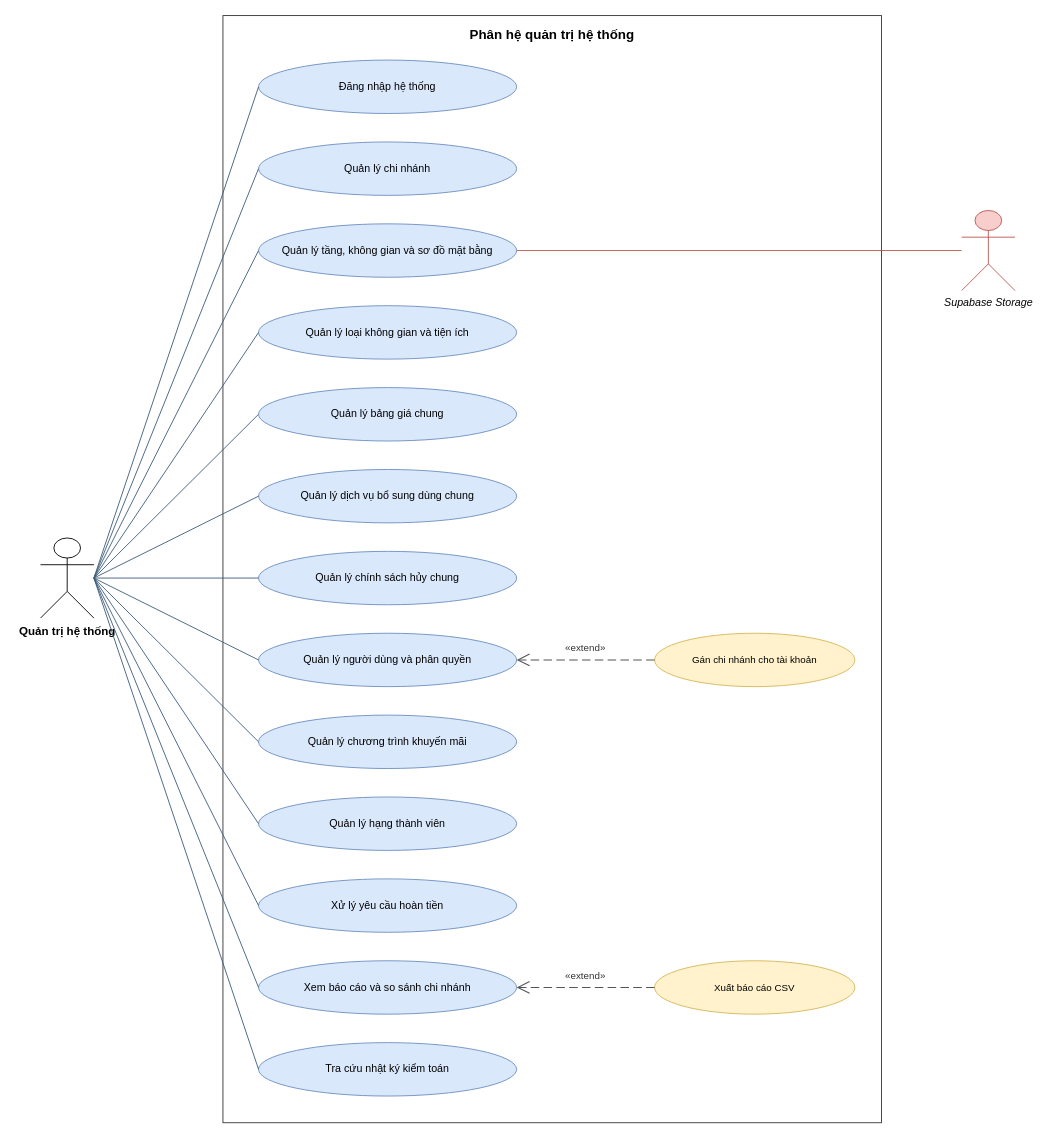
The draw.io diagram page "Phân hệ quản trị hệ thống" (5 of 5) of report/Images/Chuong5/cospace-usecase.drawio in cospace-team/DATN_CoSpace, before the edit. Source tidied: cells renumbered, new cells numbered last; positions are measured from the earlier drawing's top-left corner, leaving out a move shared by most shapes. Both pictures are drawn from the tidied source at 89%, with x=0, y=0 at pixel (40, 15).
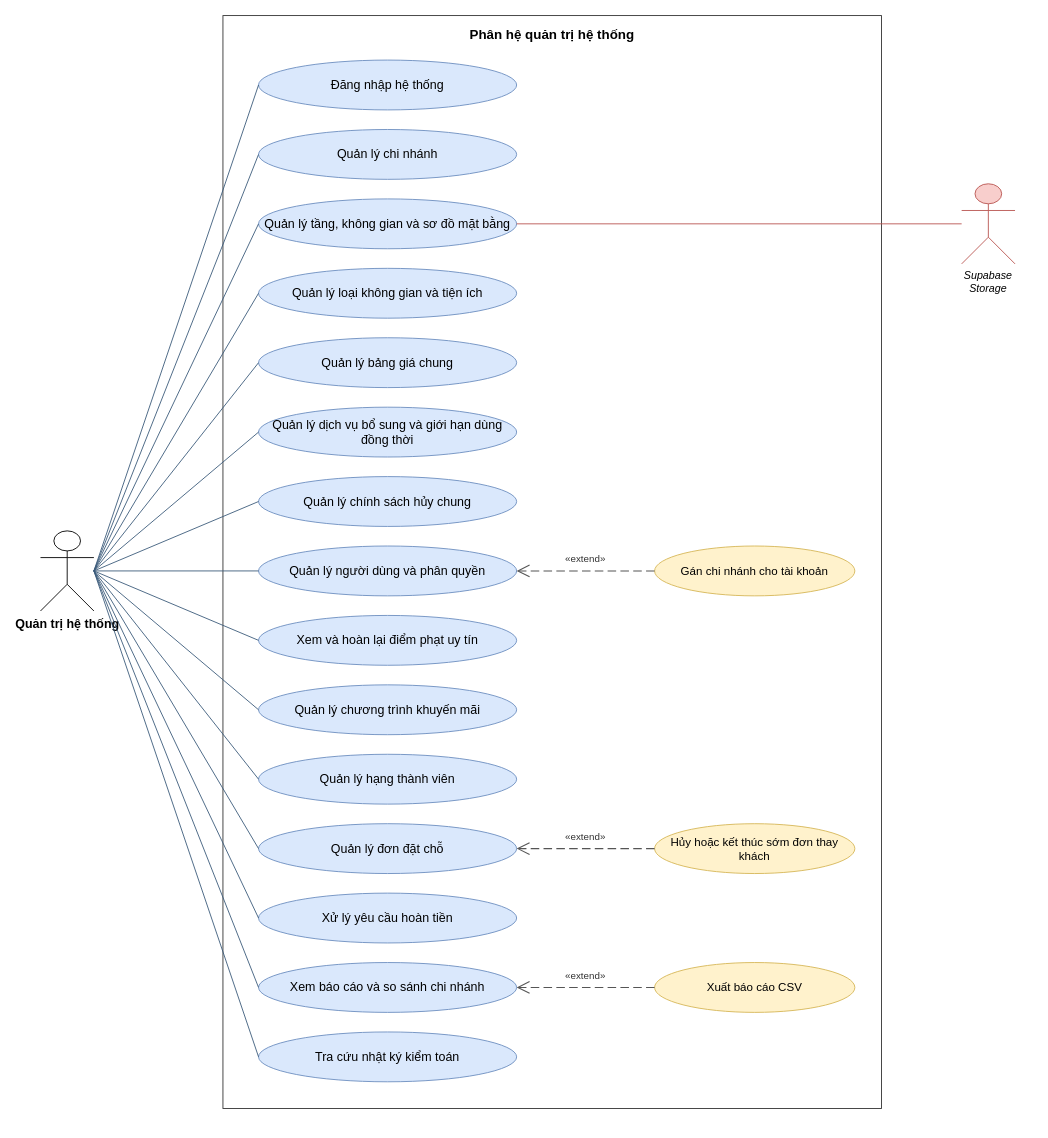
Above is the later version.

What changed in the source:
```diff
@@
     <mxCell id="2" value="Phân hệ quản trị hệ thống" style="rounded=0;whiteSpace=wrap;html=1;verticalAlign=top;fillColor=none;strokeColor=#333333;fontSize=15;fontStyle=1;spacingTop=6;" parent="1" vertex="1">
-      <mxGeometry x="205" width="740" height="1244" as="geometry" />
+      <mxGeometry x="205" width="740" height="1228" as="geometry" />
     </mxCell>
-    <mxCell id="3" value="Đăng nhập hệ thống" style="ellipse;whiteSpace=wrap;html=1;fontSize=12;fillColor=#dae8fc;strokeColor=#6c8ebf;" parent="1" vertex="1">
-      <mxGeometry x="245" y="50" width="290" height="60" as="geometry" />
+    <mxCell id="3" value="Đăng nhập hệ thống" style="ellipse;whiteSpace=wrap;html=1;fontSize=14;fillColor=#dae8fc;strokeColor=#6c8ebf;" parent="1" vertex="1">
+      <mxGeometry x="245" y="50" width="290" height="56" as="geometry" />
     </mxCell>
-    <mxCell id="4" value="Quản lý chi nhánh" style="ellipse;whiteSpace=wrap;html=1;fontSize=12;fillColor=#dae8fc;strokeColor=#6c8ebf;" parent="1" vertex="1">
-      <mxGeometry x="245" y="142" width="290" height="60" as="geometry" />
+    <mxCell id="4" value="Quản lý chi nhánh" style="ellipse;whiteSpace=wrap;html=1;fontSize=14;fillColor=#dae8fc;strokeColor=#6c8ebf;" parent="1" vertex="1">
+      <mxGeometry x="245" y="128" width="290" height="56" as="geometry" />
     </mxCell>
-    <mxCell id="5" value="Quản lý tầng, không gian và sơ đồ mặt bằng" style="ellipse;whiteSpace=wrap;html=1;fontSize=12;fillColor=#dae8fc;strokeColor=#6c8ebf;" parent="1" vertex="1">
-      <mxGeometry x="245" y="234" width="290" height="60" as="geometry" />
+    <mxCell id="5" value="Quản lý tầng, không gian và sơ đồ mặt bằng" style="ellipse;whiteSpace=wrap;html=1;fontSize=14;fillColor=#dae8fc;strokeColor=#6c8ebf;" parent="1" vertex="1">
+      <mxGeometry x="245" y="206" width="290" height="56" as="geometry" />
     </mxCell>
-    <mxCell id="6" value="Quản lý loại không gian và tiện ích" style="ellipse;whiteSpace=wrap;html=1;fontSize=12;fillColor=#dae8fc;strokeColor=#6c8ebf;" parent="1" vertex="1">
-      <mxGeometry x="245" y="326" width="290" height="60" as="geometry" />
+    <mxCell id="6" value="Quản lý loại không gian và tiện ích" style="ellipse;whiteSpace=wrap;html=1;fontSize=14;fillColor=#dae8fc;strokeColor=#6c8ebf;" parent="1" vertex="1">
+      <mxGeometry x="245" y="284" width="290" height="56" as="geometry" />
     </mxCell>
-    <mxCell id="7" value="Quản lý bảng giá chung" style="ellipse;whiteSpace=wrap;html=1;fontSize=12;fillColor=#dae8fc;strokeColor=#6c8ebf;" parent="1" vertex="1">
-      <mxGeometry x="245" y="418" width="290" height="60" as="geometry" />
+    <mxCell id="7" value="Quản lý bảng giá chung" style="ellipse;whiteSpace=wrap;html=1;fontSize=14;fillColor=#dae8fc;strokeColor=#6c8ebf;" parent="1" vertex="1">
+      <mxGeometry x="245" y="362" width="290" height="56" as="geometry" />
     </mxCell>
-    <mxCell id="8" value="Quản lý dịch vụ bổ sung dùng chung" style="ellipse;whiteSpace=wrap;html=1;fontSize=12;fillColor=#dae8fc;strokeColor=#6c8ebf;" parent="1" vertex="1">
-      <mxGeometry x="245" y="510" width="290" height="60" as="geometry" />
+    <mxCell id="8" value="Quản lý dịch vụ bổ sung và giới hạn dùng đồng thời" style="ellipse;whiteSpace=wrap;html=1;fontSize=14;fillColor=#dae8fc;strokeColor=#6c8ebf;" parent="1" vertex="1">
+      <mxGeometry x="245" y="440" width="290" height="56" as="geometry" />
     </mxCell>
-    <mxCell id="9" value="Quản lý chính sách hủy chung" style="ellipse;whiteSpace=wrap;html=1;fontSize=12;fillColor=#dae8fc;strokeColor=#6c8ebf;" parent="1" vertex="1">
-      <mxGeometry x="245" y="602" width="290" height="60" as="geometry" />
+    <mxCell id="9" value="Quản lý chính sách hủy chung" style="ellipse;whiteSpace=wrap;html=1;fontSize=14;fillColor=#dae8fc;strokeColor=#6c8ebf;" parent="1" vertex="1">
+      <mxGeometry x="245" y="518" width="290" height="56" as="geometry" />
     </mxCell>
-    <mxCell id="10" value="Quản lý người dùng và phân quyền" style="ellipse;whiteSpace=wrap;html=1;fontSize=12;fillColor=#dae8fc;strokeColor=#6c8ebf;" parent="1" vertex="1">
-      <mxGeometry x="245" y="694" width="290" height="60" as="geometry" />
+    <mxCell id="10" value="Quản lý người dùng và phân quyền" style="ellipse;whiteSpace=wrap;html=1;fontSize=14;fillColor=#dae8fc;strokeColor=#6c8ebf;" parent="1" vertex="1">
+      <mxGeometry x="245" y="596" width="290" height="56" as="geometry" />
     </mxCell>
-    <mxCell id="11" value="Gán chi nhánh cho tài khoản" style="ellipse;whiteSpace=wrap;html=1;fontSize=11;fillColor=#fff2cc;strokeColor=#d6b656;" parent="1" vertex="1">
-      <mxGeometry x="690" y="694" width="225" height="60" as="geometry" />
+    <mxCell id="11" value="Gán chi nhánh cho tài khoản" style="ellipse;whiteSpace=wrap;html=1;fontSize=13;fillColor=#fff2cc;strokeColor=#d6b656;" parent="1" vertex="1">
+      <mxGeometry x="690" y="596" width="225" height="56" as="geometry" />
     </mxCell>
-    <mxCell id="12" value="Quản lý chương trình khuyến mãi" style="ellipse;whiteSpace=wrap;html=1;fontSize=12;fillColor=#dae8fc;strokeColor=#6c8ebf;" parent="1" vertex="1">
-      <mxGeometry x="245" y="786" width="290" height="60" as="geometry" />
+    <mxCell id="12" value="Xem và hoàn lại điểm phạt uy tín" style="ellipse;whiteSpace=wrap;html=1;fontSize=14;fillColor=#dae8fc;strokeColor=#6c8ebf;" parent="1" vertex="1">
+      <mxGeometry x="245" y="674" width="290" height="56" as="geometry" />
     </mxCell>
-    <mxCell id="13" value="Quản lý hạng thành viên" style="ellipse;whiteSpace=wrap;html=1;fontSize=12;fillColor=#dae8fc;strokeColor=#6c8ebf;" parent="1" vertex="1">
-      <mxGeometry x="245" y="878" width="290" height="60" as="geometry" />
+    <mxCell id="13" value="Quản lý chương trình khuyến mãi" style="ellipse;whiteSpace=wrap;html=1;fontSize=14;fillColor=#dae8fc;strokeColor=#6c8ebf;" parent="1" vertex="1">
+      <mxGeometry x="245" y="752" width="290" height="56" as="geometry" />
     </mxCell>
-    <mxCell id="14" value="Xử lý yêu cầu hoàn tiền" style="ellipse;whiteSpace=wrap;html=1;fontSize=12;fillColor=#dae8fc;strokeColor=#6c8ebf;" parent="1" vertex="1">
-      <mxGeometry x="245" y="970" width="290" height="60" as="geometry" />
+    <mxCell id="14" value="Quản lý hạng thành viên" style="ellipse;whiteSpace=wrap;html=1;fontSize=14;fillColor=#dae8fc;strokeColor=#6c8ebf;" parent="1" vertex="1">
+      <mxGeometry x="245" y="830" width="290" height="56" as="geometry" />
     </mxCell>
-    <mxCell id="15" value="Xem báo cáo và so sánh chi nhánh" style="ellipse;whiteSpace=wrap;html=1;fontSize=12;fillColor=#dae8fc;strokeColor=#6c8ebf;" parent="1" vertex="1">
-      <mxGeometry x="245" y="1062" width="290" height="60" as="geometry" />
+    <mxCell id="15" value="Quản lý đơn đặt chỗ" style="ellipse;whiteSpace=wrap;html=1;fontSize=14;fillColor=#dae8fc;strokeColor=#6c8ebf;" parent="1" vertex="1">
+      <mxGeometry x="245" y="908" width="290" height="56" as="geometry" />
     </mxCell>
-    <mxCell id="16" value="Xuất báo cáo CSV" style="ellipse;whiteSpace=wrap;html=1;fontSize=11;fillColor=#fff2cc;strokeColor=#d6b656;" parent="1" vertex="1">
-      <mxGeometry x="690" y="1062" width="225" height="60" as="geometry" />
+    <mxCell id="16" value="Hủy hoặc kết thúc sớm đơn thay khách" style="ellipse;whiteSpace=wrap;html=1;fontSize=13;fillColor=#fff2cc;strokeColor=#d6b656;" parent="1" vertex="1">
+      <mxGeometry x="690" y="908" width="225" height="56" as="geometry" />
     </mxCell>
-    <mxCell id="17" value="Tra cứu nhật ký kiểm toán" style="ellipse;whiteSpace=wrap;html=1;fontSize=12;fillColor=#dae8fc;strokeColor=#6c8ebf;" parent="1" vertex="1">
-      <mxGeometry x="245" y="1154" width="290" height="60" as="geometry" />
+    <mxCell id="17" value="Xử lý yêu cầu hoàn tiền" style="ellipse;whiteSpace=wrap;html=1;fontSize=14;fillColor=#dae8fc;strokeColor=#6c8ebf;" parent="1" vertex="1">
+      <mxGeometry x="245" y="986" width="290" height="56" as="geometry" />
     </mxCell>
+    <mxCell id="36" value="Xem báo cáo và so sánh chi nhánh" style="ellipse;whiteSpace=wrap;html=1;fontSize=14;fillColor=#dae8fc;strokeColor=#6c8ebf;" parent="1" vertex="1">
+      <mxGeometry x="245" y="1064" width="290" height="56" as="geometry" />
+    </mxCell>
+    <mxCell id="37" value="Xuất báo cáo CSV" style="ellipse;whiteSpace=wrap;html=1;fontSize=13;fillColor=#fff2cc;strokeColor=#d6b656;" parent="1" vertex="1">
+      <mxGeometry x="690" y="1064" width="225" height="56" as="geometry" />
+    </mxCell>
+    <mxCell id="38" value="Tra cứu nhật ký kiểm toán" style="ellipse;whiteSpace=wrap;html=1;fontSize=14;fillColor=#dae8fc;strokeColor=#6c8ebf;" parent="1" vertex="1">
+      <mxGeometry x="245" y="1142" width="290" height="56" as="geometry" />
+    </mxCell>
-    <mxCell id="18" value="Quản trị hệ thống" style="shape=umlActor;verticalLabelPosition=bottom;verticalAlign=top;html=1;outlineConnect=0;fontSize=13;fontStyle=1;" parent="1" vertex="1">
-      <mxGeometry y="587" width="60" height="90" as="geometry" />
+    <mxCell id="18" value="Quản trị hệ thống" style="shape=umlActor;verticalLabelPosition=bottom;verticalAlign=top;html=1;outlineConnect=0;fontSize=14;fontStyle=1;" parent="1" vertex="1">
+      <mxGeometry y="579" width="60" height="90" as="geometry" />
     </mxCell>
@@
+    <mxCell id="33" style="endArrow=none;html=1;rounded=0;strokeColor=#3b5b7a;exitX=1;exitY=0.5;exitDx=0;exitDy=0;exitPerimeter=0;entryX=0;entryY=0.5;entryDx=0;entryDy=0;" parent="1" edge="1" source="18" target="36">
+      <mxGeometry relative="1" as="geometry" />
+    </mxCell>
+    <mxCell id="39" style="endArrow=none;html=1;rounded=0;strokeColor=#3b5b7a;exitX=1;exitY=0.5;exitDx=0;exitDy=0;exitPerimeter=0;entryX=0;entryY=0.5;entryDx=0;entryDy=0;" parent="1" edge="1" source="18" target="38">
+      <mxGeometry relative="1" as="geometry" />
+    </mxCell>
-    <mxCell id="32" value="Supabase Storage" style="shape=umlActor;verticalLabelPosition=bottom;verticalAlign=top;html=1;outlineConnect=0;fontSize=12;fontStyle=2;strokeColor=#b85450;fillColor=#f8cecc;" parent="1" vertex="1">
-      <mxGeometry x="1035" y="219" width="60" height="90" as="geometry" />
+    <mxCell id="32" value="Supabase Storage" style="shape=umlActor;verticalLabelPosition=bottom;verticalAlign=top;html=1;outlineConnect=0;fontSize=12;fontStyle=2;strokeColor=#b85450;fillColor=#f8cecc;whiteSpace=wrap;" parent="1" vertex="1">
+      <mxGeometry x="1035" y="189" width="60" height="90" as="geometry" />
     </mxCell>
-    <mxCell id="33" style="endArrow=none;html=1;rounded=0;strokeColor=#b85450;exitX=0;exitY=0.5;exitDx=0;exitDy=0;exitPerimeter=0;entryX=1;entryY=0.5;entryDx=0;entryDy=0;" parent="1" edge="1" source="32" target="5">
-      <mxGeometry relative="1" as="geometry" />
-    </mxCell>
+    <mxCell id="40" style="endArrow=none;html=1;rounded=0;strokeColor=#b85450;exitX=0;exitY=0.5;exitDx=0;exitDy=0;exitPerimeter=0;entryX=1;entryY=0.5;entryDx=0;entryDy=0;" parent="1" edge="1" source="32" target="5">
+      <mxGeometry relative="1" as="geometry" />
+    </mxCell>
@@
+    <mxCell id="41" value="«extend»" style="endArrow=open;endFill=0;endSize=12;dashed=1;dashPattern=8 4;html=1;rounded=0;strokeColor=#555555;strokeWidth=1.2;fontSize=11;fontColor=#333333;labelBackgroundColor=#ffffff;exitX=0;exitY=0.5;exitDx=0;exitDy=0;entryX=1;entryY=0.5;entryDx=0;entryDy=0;" parent="1" edge="1" source="37" target="36">
+      <mxGeometry relative="1" as="geometry">
+        <mxPoint y="-13" as="offset" />
+      </mxGeometry>
+    </mxCell>
```
